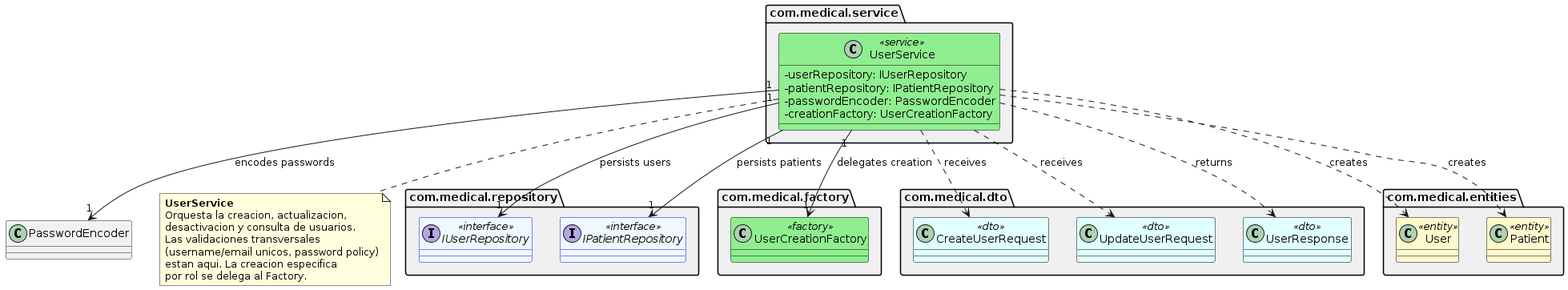
LeyderCeronM/Proyecto_piedra_azul keeps this PlantUML diagram as services/users-service/docs/modeling/uml/diagrams/ServiceRelations.png. Above is the earlier version. Source of this version:
```plantuml
@startuml ServiceRelations

skinparam classAttributeIconSize 0
skinparam defaultFontName SansSerif

package "com.medical.service" as servicePkg #F0F0F0 {

  class UserService <<service>> #90EE90;line:Black {
    {field} -userRepository: IUserRepository
    {field} -patientRepository: IPatientRepository
    {field} -passwordEncoder: PasswordEncoder
    {field} -creationFactory: UserCreationFactory
  }

}

package "com.medical.repository" as repoPkg #F0F0F0 {
  interface IUserRepository <<interface>> #F0F8FF;line:blue
  interface IPatientRepository <<interface>> #F0F8FF;line:blue
}

package "com.medical.factory" as factoryPkg #F0F0F0 {
  class UserCreationFactory <<factory>> #90EE90;line:Black
}

package "com.medical.dto" as dtoPkg #F0F0F0 {
  class CreateUserRequest <<dto>> #E0FFFF;line:Black
  class UpdateUserRequest <<dto>> #E0FFFF;line:Black
  class UserResponse <<dto>> #E0FFFF;line:Black
}

package "com.medical.entities" as entityPkg #F0F0F0 {
  class User <<entity>> #FFFACD;line:Black
  class Patient <<entity>> #FFFACD;line:Black
}

UserService "1" --> "1" IUserRepository : "persists users"
UserService "1" --> "1" IPatientRepository : "persists patients"
UserService "1" --> "1" UserCreationFactory : "delegates creation"
UserService "1" --> "1" PasswordEncoder : "encodes passwords"

UserService ..> CreateUserRequest : "receives"
UserService ..> UpdateUserRequest : "receives"
UserService ..> UserResponse : "returns"

UserService ..> User : "creates"
UserService ..> Patient : "creates"

note bottom of UserService
  **UserService**
  Orquesta la creacion, actualizacion,
  desactivacion y consulta de usuarios.
  Las validaciones transversales
  (username/email unicos, password policy)
  estan aqui. La creacion especifica
  por rol se delega al Factory.
end note

@enduml
```
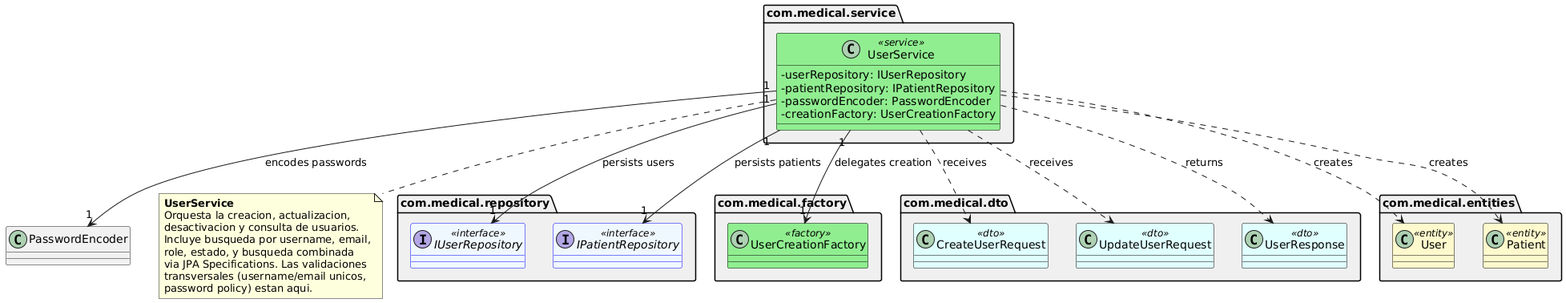
The same diagram one commit later.

The edit, as a diff of the source:
```diff
@@ -50,10 +50,11 @@
   **UserService**
   Orquesta la creacion, actualizacion,
   desactivacion y consulta de usuarios.
-  Las validaciones transversales
-  (username/email unicos, password policy)
-  estan aqui. La creacion especifica
-  por rol se delega al Factory.
+  Incluye busqueda por username, email,
+  role, estado, y busqueda combinada
+  via JPA Specifications. Las validaciones
+  transversales (username/email unicos,
+  password policy) estan aqui.
 end note
 
 @enduml
```
